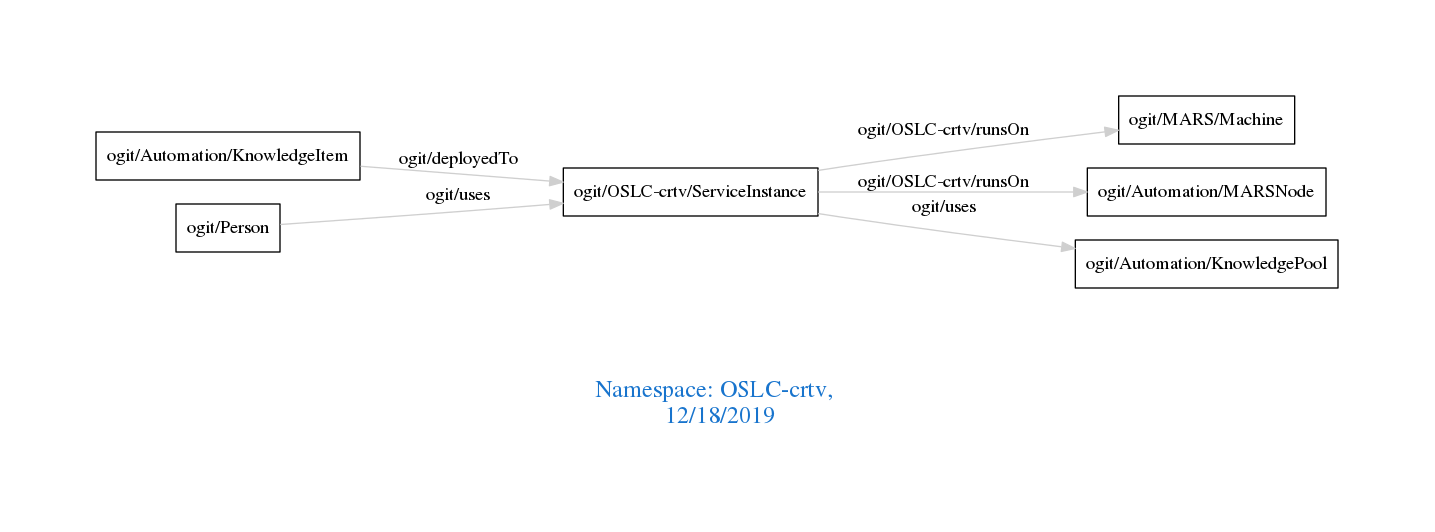
Earlier version of the Graphviz export downloads/OSLC-crtv.png (arago/OGIT). Its source is kept beside it as downloads/OSLC-crtv.dot.
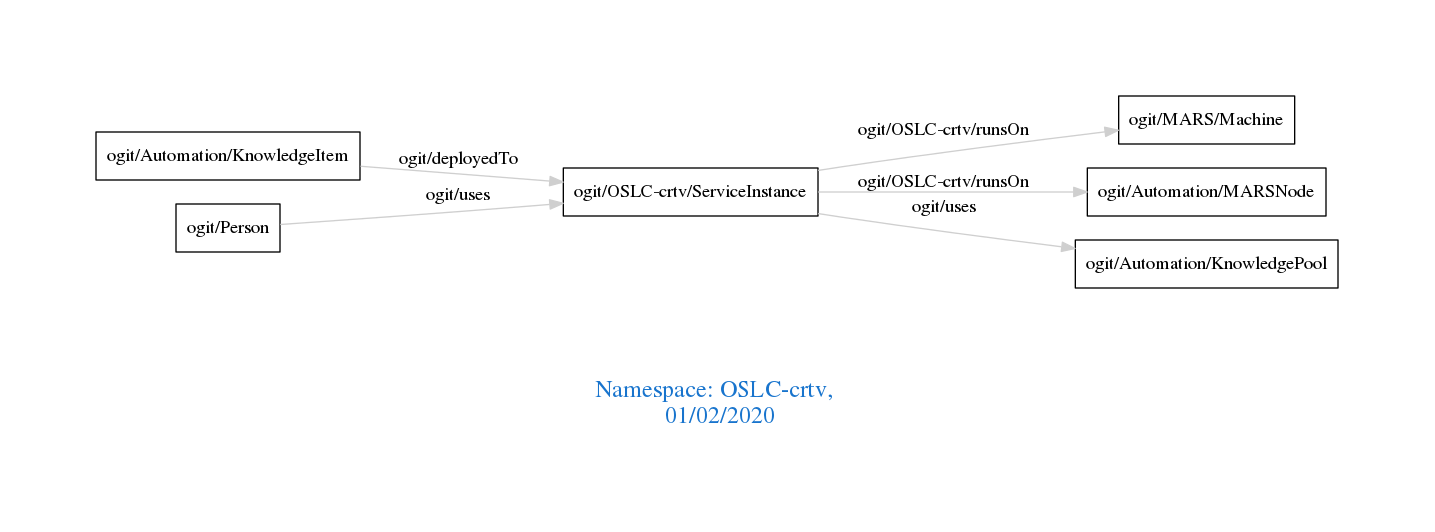
Above is the later version.

Change to the diagram source:
```diff
@@ -1,7 +1,7 @@
 digraph OGIT_ontology {
  graph [ rankdir= LR,pad=1
 fontsize = 18,
-fontcolor= dodgerblue3,label = "\n\n\nNamespace: OSLC-crtv, \n 12/18/2019"];
+fontcolor= dodgerblue3,label = "\n\n\nNamespace: OSLC-crtv, \n 01/02/2020"];
 node[shape=polygon];
 edge [  color="gray81"];
 
```
